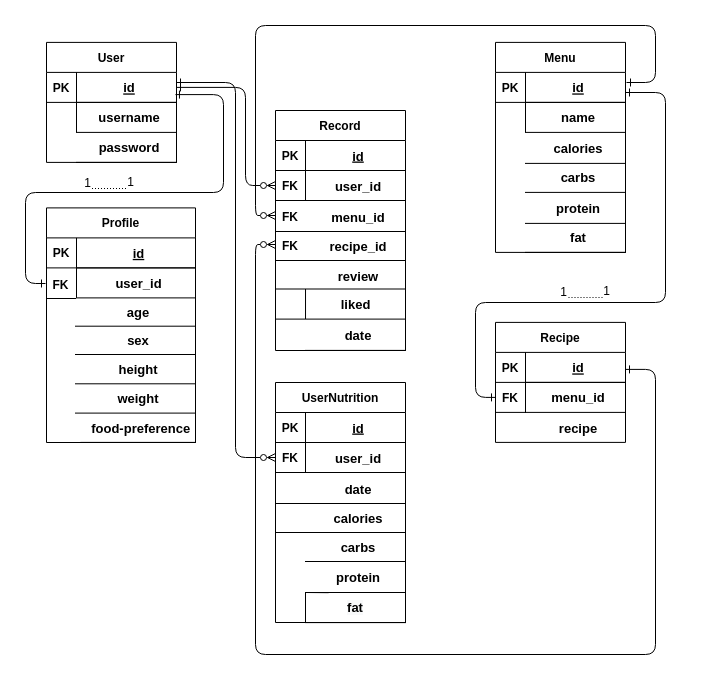
Before: diagrams/Backend ER Diagram.drawio in swsnu/swpp2021-team5, a draw.io diagram. Source tidied: cells renumbered, new cells numbered last; positions are measured from the earlier drawing's top-left corner, leaving out a move shared by most shapes. Both pictures are drawn from the tidied source at 100%, with x=0, y=0 at pixel (25, 25).
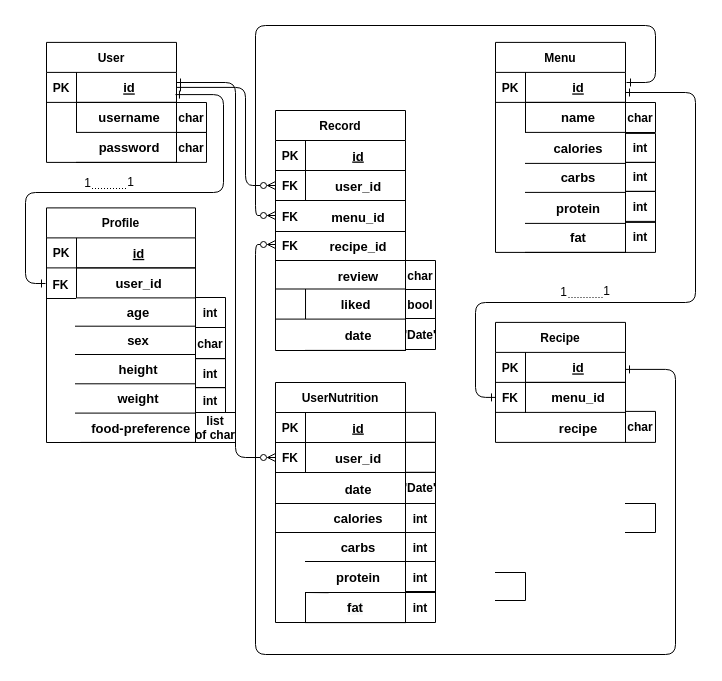
Above is the later version.

The change refers to these unchanged cells:
```xml
<mxCell id="23" style="shape=partialRectangle;fillColor=none;points=[[0,0.5],[1,0.5]];portConstraint=eastwest;top=0;left=0;right=0;bottom=0;" parent="19" vertex="1">
  <mxGeometry y="60" width="130" height="30" as="geometry" />
</mxCell>
```

Change to the diagram source:
```diff
@@
     <mxCell id="40" style="edgeStyle=orthogonalEdgeStyle;endArrow=ERone;startArrow=ERone;endFill=0;startFill=0;strokeColor=default;labelBackgroundColor=default;fontColor=default;" parent="1" edge="1" source="23">
       <mxGeometry relative="1" as="geometry">
         <mxPoint x="600" y="67" as="targetPoint" />
         <Array as="points">
           <mxPoint x="450" y="372" />
           <mxPoint x="450" y="277" />
-          <mxPoint x="640" y="277" />
-          <mxPoint x="640" y="67" />
-          <mxPoint x="600" y="67" />
+          <mxPoint x="670" y="277" />
+          <mxPoint x="670" y="67" />
         </Array>
       </mxGeometry>
     </mxCell>
@@
     <mxCell id="42" style="edgeStyle=orthogonalEdgeStyle;endArrow=ERzeroToMany;startArrow=ERone;endFill=0;startFill=0;exitX=1;exitY=0.5;exitDx=0;exitDy=0;strokeColor=default;labelBackgroundColor=default;fontColor=default;" parent="1" edge="1">
       <mxGeometry relative="1" as="geometry">
         <mxPoint x="600" y="343.9" as="sourcePoint" />
         <mxPoint x="250" y="219" as="targetPoint" />
         <Array as="points">
-          <mxPoint x="630" y="344" />
-          <mxPoint x="630" y="629" />
+          <mxPoint x="650" y="344" />
+          <mxPoint x="650" y="629" />
           <mxPoint x="230" y="629" />
           <mxPoint x="230" y="219" />
         </Array>
       </mxGeometry>
     </mxCell>
@@
-    <mxCell id="73" style="shape=partialRectangle;overflow=hidden;fillColor=none;top=0;left=0;bottom=1;right=0;fontStyle=1;" parent="1" vertex="1">
+    <mxCell id="73" style="shape=partialRectangle;overflow=hidden;fillColor=none;top=0;left=0;bottom=1;right=0;fontStyle=1;strokeColor=default;fontColor=default;" parent="1" vertex="1">
       <mxGeometry x="250" y="477" width="30" height="30" as="geometry" />
     </mxCell>
@@
+    <mxCell id="100" style="shape=partialRectangle;overflow=hidden;fillColor=none;top=1;left=0;bottom=1;right=1;fontStyle=1;strokeColor=default;fontColor=default;" parent="1" vertex="1">
+      <mxGeometry x="380" y="386.9" width="30" height="30" as="geometry" />
+    </mxCell>
+    <mxCell id="101" style="shape=partialRectangle;overflow=hidden;fillColor=none;top=1;left=0;bottom=1;right=1;fontStyle=1;strokeColor=default;fontColor=default;" parent="1" vertex="1">
+      <mxGeometry x="380" y="416.9" width="30" height="30" as="geometry" />
+    </mxCell>
+    <mxCell id="102" value="int" style="shape=partialRectangle;overflow=hidden;fillColor=none;top=1;left=0;bottom=1;right=1;fontStyle=1;strokeColor=default;fontColor=default;" parent="1" vertex="1">
+      <mxGeometry x="380" y="478" width="30" height="29" as="geometry" />
+    </mxCell>
+    <mxCell id="103" style="shape=partialRectangle;overflow=hidden;fillColor=none;top=1;left=0;bottom=1;right=1;fontStyle=1;strokeColor=default;fontColor=default;" parent="1" vertex="1">
+      <mxGeometry x="600" y="478" width="30" height="29" as="geometry" />
+    </mxCell>
+    <mxCell id="104" value="'Date'" style="shape=partialRectangle;overflow=hidden;fillColor=none;top=1;left=0;bottom=1;right=1;fontStyle=1;strokeColor=default;fontColor=default;" parent="1" vertex="1">
+      <mxGeometry x="380" y="446.9" width="30" height="31.1" as="geometry" />
+    </mxCell>
+    <mxCell id="105" value="int" style="shape=partialRectangle;overflow=hidden;fillColor=none;top=1;left=0;bottom=1;right=1;fontStyle=1;strokeColor=default;fontColor=default;" parent="1" vertex="1">
+      <mxGeometry x="380" y="507" width="30" height="29" as="geometry" />
+    </mxCell>
+    <mxCell id="106" value="int" style="shape=partialRectangle;overflow=hidden;fillColor=none;top=1;left=0;bottom=1;right=1;fontStyle=1;strokeColor=default;fontColor=default;" parent="1" vertex="1">
+      <mxGeometry x="380" y="536" width="30" height="31" as="geometry" />
+    </mxCell>
+    <mxCell id="107" style="shape=partialRectangle;overflow=hidden;fillColor=none;top=1;left=0;bottom=1;right=1;fontStyle=1;strokeColor=default;fontColor=default;" parent="1" vertex="1">
+      <mxGeometry x="470" y="547" width="30" height="28" as="geometry" />
+    </mxCell>
+    <mxCell id="108" value="int" style="shape=partialRectangle;overflow=hidden;fillColor=none;top=1;left=0;bottom=1;right=1;fontStyle=1;strokeColor=default;fontColor=default;" parent="1" vertex="1">
+      <mxGeometry x="380" y="566" width="30" height="31" as="geometry" />
+    </mxCell>
+    <mxCell id="109" value="char" style="shape=partialRectangle;overflow=hidden;fillColor=none;top=1;left=0;bottom=1;right=1;fontStyle=1;strokeColor=default;fontColor=default;" parent="1" vertex="1">
+      <mxGeometry x="151" y="77" width="30" height="30" as="geometry" />
+    </mxCell>
+    <mxCell id="110" value="char" style="shape=partialRectangle;overflow=hidden;fillColor=none;top=1;left=0;bottom=1;right=1;fontStyle=1;strokeColor=default;fontColor=default;" parent="1" vertex="1">
+      <mxGeometry x="151" y="106.9" width="30" height="30" as="geometry" />
+    </mxCell>
+    <mxCell id="111" value="int" style="shape=partialRectangle;overflow=hidden;fillColor=none;top=1;left=0;bottom=1;right=1;fontStyle=1;strokeColor=default;fontColor=default;" parent="1" vertex="1">
+      <mxGeometry x="170" y="272" width="30" height="30" as="geometry" />
+    </mxCell>
+    <mxCell id="112" value="int" style="shape=partialRectangle;overflow=hidden;fillColor=none;top=1;left=0;bottom=1;right=1;fontStyle=1;strokeColor=default;fontColor=default;" parent="1" vertex="1">
+      <mxGeometry x="170" y="333.1" width="30" height="29" as="geometry" />
+    </mxCell>
+    <mxCell id="113" value="char" style="shape=partialRectangle;overflow=hidden;fillColor=none;top=1;left=0;bottom=1;right=1;fontStyle=1;strokeColor=default;fontColor=default;" parent="1" vertex="1">
+      <mxGeometry x="170" y="302" width="30" height="31.1" as="geometry" />
+    </mxCell>
+    <mxCell id="114" value="int" style="shape=partialRectangle;overflow=hidden;fillColor=none;top=1;left=0;bottom=1;right=1;fontStyle=1;strokeColor=default;fontColor=default;" parent="1" vertex="1">
+      <mxGeometry x="170" y="362.1" width="30" height="24.9" as="geometry" />
+    </mxCell>
+    <mxCell id="115" value="list&#10;of char" style="shape=partialRectangle;overflow=hidden;fillColor=none;top=1;left=0;bottom=1;right=1;fontStyle=1;strokeColor=default;fontColor=default;" parent="1" vertex="1">
+      <mxGeometry x="170" y="387" width="40" height="30" as="geometry" />
+    </mxCell>
+    <mxCell id="116" value="char" style="shape=partialRectangle;overflow=hidden;fillColor=none;top=1;left=0;bottom=1;right=1;fontStyle=1;strokeColor=default;fontColor=default;" parent="1" vertex="1">
+      <mxGeometry x="600" y="385.9" width="30" height="31" as="geometry" />
+    </mxCell>
+    <mxCell id="117" value="char" style="shape=partialRectangle;overflow=hidden;fillColor=none;top=1;left=0;bottom=1;right=1;fontStyle=1;strokeColor=default;fontColor=default;" parent="1" vertex="1">
+      <mxGeometry x="380" y="235" width="30" height="29" as="geometry" />
+    </mxCell>
+    <mxCell id="118" value="bool" style="shape=partialRectangle;overflow=hidden;fillColor=none;top=1;left=0;bottom=1;right=1;fontStyle=1;strokeColor=default;fontColor=default;" parent="1" vertex="1">
+      <mxGeometry x="380" y="264" width="30" height="29" as="geometry" />
+    </mxCell>
+    <mxCell id="119" value="'Date'" style="shape=partialRectangle;overflow=hidden;fillColor=none;top=1;left=0;bottom=1;right=1;fontStyle=1;strokeColor=default;fontColor=default;" parent="1" vertex="1">
+      <mxGeometry x="380" y="293" width="30" height="31" as="geometry" />
+    </mxCell>
+    <mxCell id="120" value="int" style="shape=partialRectangle;overflow=hidden;fillColor=none;top=1;left=0;bottom=1;right=1;fontStyle=1;strokeColor=default;fontColor=default;" parent="1" vertex="1">
+      <mxGeometry x="600" y="107.9" width="30" height="29" as="geometry" />
+    </mxCell>
+    <mxCell id="121" value="int" style="shape=partialRectangle;overflow=hidden;fillColor=none;top=1;left=0;bottom=1;right=1;fontStyle=1;strokeColor=default;fontColor=default;" parent="1" vertex="1">
+      <mxGeometry x="600" y="136.9" width="30" height="29" as="geometry" />
+    </mxCell>
+    <mxCell id="122" value="int" style="shape=partialRectangle;overflow=hidden;fillColor=none;top=1;left=0;bottom=1;right=1;fontStyle=1;strokeColor=default;fontColor=default;" parent="1" vertex="1">
+      <mxGeometry x="600" y="165.9" width="30" height="31" as="geometry" />
+    </mxCell>
+    <mxCell id="123" value="int" style="shape=partialRectangle;overflow=hidden;fillColor=none;top=1;left=0;bottom=1;right=1;fontStyle=1;strokeColor=default;fontColor=default;" parent="1" vertex="1">
+      <mxGeometry x="600" y="195.9" width="30" height="31" as="geometry" />
+    </mxCell>
+    <mxCell id="124" value="char" style="shape=partialRectangle;overflow=hidden;fillColor=none;top=1;left=0;bottom=1;right=1;fontStyle=1;strokeColor=default;fontColor=default;" parent="1" vertex="1">
+      <mxGeometry x="600" y="77" width="30" height="30" as="geometry" />
+    </mxCell>
```
